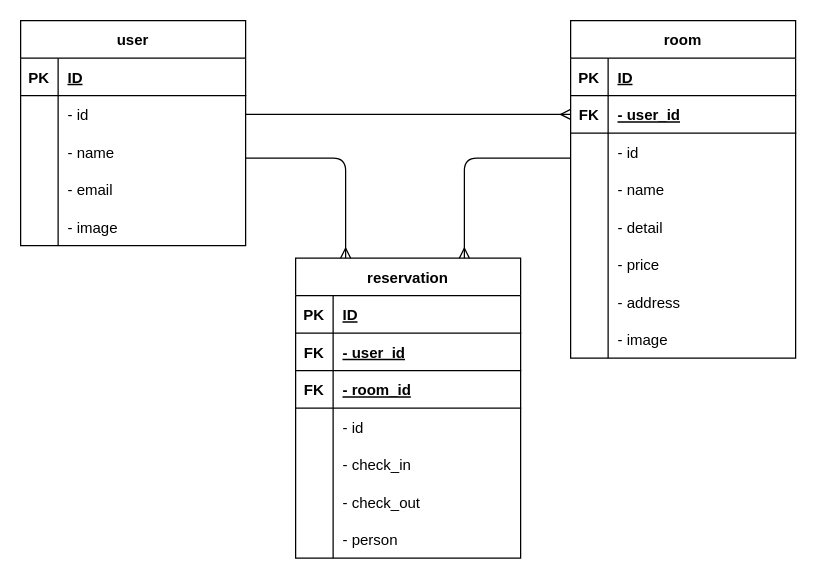
ceccem/reservation_app keeps this draw.io diagram as reservation_app.dio. Above is the earlier version. Source tidied: cells renumbered, new cells numbered last; positions are measured from the earlier drawing's top-left corner, leaving out a move shared by most shapes. Both pictures are drawn from the tidied source at 125%, with x=0, y=0 at pixel (20, 20).
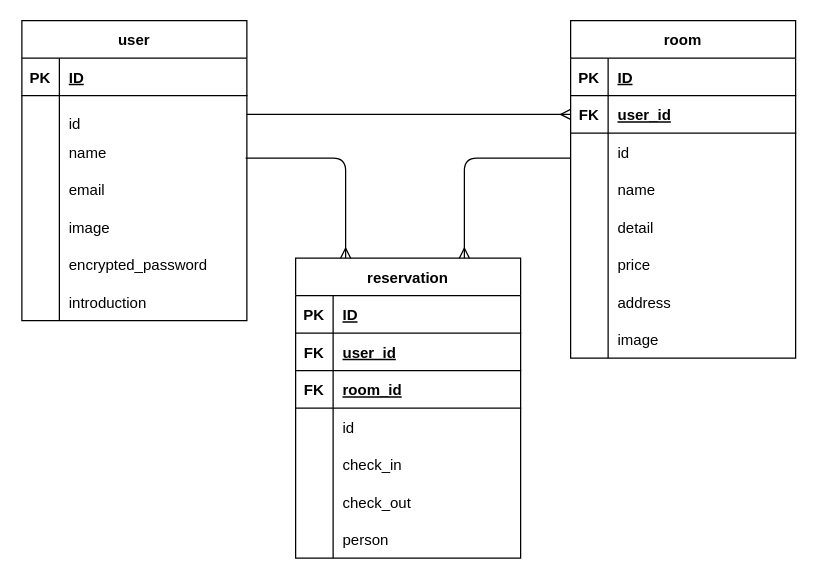
Above is the later version.

The change refers to these unchanged cells:
```xml
<mxCell id="7" style="shape=tableRow;horizontal=0;startSize=0;swimlaneHead=0;swimlaneBody=0;fillColor=none;points=[[0,0.5],[1,0.5]];portConstraint=eastwest;top=0;left=0;right=0;bottom=0;" parent="3" vertex="1">
  <mxGeometry y="60" width="180" height="30" as="geometry" />
</mxCell>
<mxCell id="10" style="shape=tableRow;horizontal=0;startSize=0;swimlaneHead=0;swimlaneBody=0;fillColor=none;top=0;left=0;right=0;bottom=0;" parent="3" vertex="1">
  <mxGeometry y="90" width="180" height="30" as="geometry" />
</mxCell>
<mxCell id="13" style="shape=tableRow;horizontal=0;startSize=0;swimlaneHead=0;swimlaneBody=0;fillColor=none;top=0;left=0;right=0;bottom=0;" parent="3" vertex="1">
  <mxGeometry y="120" width="180" height="30" as="geometry" />
</mxCell>
<mxCell id="16" style="shape=tableRow;horizontal=0;startSize=0;swimlaneHead=0;swimlaneBody=0;fillColor=none;top=0;left=0;right=0;bottom=0;" parent="3" vertex="1">
  <mxGeometry y="150" width="180" height="30" as="geometry" />
</mxCell>
<mxCell id="23" style="shape=tableRow;horizontal=0;startSize=0;swimlaneHead=0;swimlaneBody=0;fillColor=none;top=0;left=0;right=0;bottom=1;" parent="19" vertex="1">
  <mxGeometry y="60" width="180" height="30" as="geometry" />
</mxCell>
<mxCell id="26" style="shape=tableRow;horizontal=0;startSize=0;swimlaneHead=0;swimlaneBody=0;fillColor=none;top=0;left=0;right=0;bottom=1;" parent="19" vertex="1">
  <mxGeometry y="90" width="180" height="30" as="geometry" />
</mxCell>
<mxCell id="29" style="shape=tableRow;horizontal=0;startSize=0;swimlaneHead=0;swimlaneBody=0;fillColor=none;top=0;left=0;right=0;bottom=0;" parent="19" vertex="1">
  <mxGeometry y="120" width="180" height="30" as="geometry" />
</mxCell>
<mxCell id="32" style="shape=tableRow;horizontal=0;startSize=0;swimlaneHead=0;swimlaneBody=0;fillColor=none;top=0;left=0;right=0;bottom=0;" parent="19" vertex="1">
  <mxGeometry y="150" width="180" height="30" as="geometry" />
</mxCell>
<mxCell id="35" style="shape=tableRow;horizontal=0;startSize=0;swimlaneHead=0;swimlaneBody=0;fillColor=none;top=0;left=0;right=0;bottom=0;" parent="19" vertex="1">
  <mxGeometry y="180" width="180" height="30" as="geometry" />
</mxCell>
<mxCell id="38" style="shape=tableRow;horizontal=0;startSize=0;swimlaneHead=0;swimlaneBody=0;fillColor=none;top=0;left=0;right=0;bottom=0;" parent="19" vertex="1">
  <mxGeometry y="210" width="180" height="30" as="geometry" />
</mxCell>
<mxCell id="45" style="shape=tableRow;horizontal=0;startSize=0;swimlaneHead=0;swimlaneBody=0;fillColor=none;points=[[0,0.5],[1,0.5]];portConstraint=eastwest;top=0;left=0;right=0;bottom=1;" parent="41" vertex="1">
  <mxGeometry y="60" width="180" height="30" as="geometry" />
</mxCell>
<mxCell id="48" style="shape=tableRow;horizontal=0;startSize=0;swimlaneHead=0;swimlaneBody=0;fillColor=none;top=0;left=0;right=0;bottom=0;" parent="41" vertex="1">
  <mxGeometry y="90" width="180" height="30" as="geometry" />
</mxCell>
<mxCell id="51" style="shape=tableRow;horizontal=0;startSize=0;swimlaneHead=0;swimlaneBody=0;fillColor=none;top=0;left=0;right=0;bottom=0;" parent="41" vertex="1">
  <mxGeometry y="120" width="180" height="30" as="geometry" />
</mxCell>
<mxCell id="54" style="shape=tableRow;horizontal=0;startSize=0;swimlaneHead=0;swimlaneBody=0;fillColor=none;top=0;left=0;right=0;bottom=0;" parent="41" vertex="1">
  <mxGeometry y="150" width="180" height="30" as="geometry" />
</mxCell>
<mxCell id="57" style="shape=tableRow;horizontal=0;startSize=0;swimlaneHead=0;swimlaneBody=0;fillColor=none;top=0;left=0;right=0;bottom=0;" parent="41" vertex="1">
  <mxGeometry y="180" width="180" height="30" as="geometry" />
</mxCell>
<mxCell id="60" style="shape=tableRow;horizontal=0;startSize=0;swimlaneHead=0;swimlaneBody=0;fillColor=none;top=0;left=0;right=0;bottom=0;" parent="41" vertex="1">
  <mxGeometry y="210" width="180" height="30" as="geometry" />
</mxCell>
<mxCell id="63" style="shape=tableRow;horizontal=0;startSize=0;swimlaneHead=0;swimlaneBody=0;fillColor=none;top=0;left=0;right=0;bottom=0;" parent="41" vertex="1">
  <mxGeometry y="240" width="180" height="30" as="geometry" />
</mxCell>
```

Diff of the diagram source:
```diff
@@
     <mxCell id="3" value="user" style="shape=table;startSize=30;childLayout=tableLayout;rowLines=0;fontStyle=1;align=center;" parent="1" vertex="1">
-      <mxGeometry width="180" height="180" as="geometry" />
+      <mxGeometry x="1" width="180" height="240" as="geometry" />
     </mxCell>
@@
-    <mxCell id="9" value="- id" style="shape=partialRectangle;fillColor=none;top=0;left=0;bottom=0;right=0;align=left;spacingLeft=6;overflow=hidden;" parent="7" vertex="1">
+    <mxCell id="9" value="&#10;id" style="shape=partialRectangle;fillColor=none;top=0;left=0;bottom=0;right=0;align=left;spacingLeft=6;overflow=hidden;" parent="7" vertex="1">
       <mxGeometry x="30" width="150" height="30" as="geometry" />
     </mxCell>
@@
-    <mxCell id="12" value="- name" style="shape=partialRectangle;fillColor=none;top=0;left=0;bottom=0;right=0;align=left;spacingLeft=6;overflow=hidden;" parent="10" vertex="1">
+    <mxCell id="12" value="name" style="shape=partialRectangle;fillColor=none;top=0;left=0;bottom=0;right=0;align=left;spacingLeft=6;overflow=hidden;" parent="10" vertex="1">
       <mxGeometry x="30" width="150" height="30" as="geometry" />
     </mxCell>
@@
-    <mxCell id="15" value="- email" style="shape=partialRectangle;fillColor=none;top=0;left=0;bottom=0;right=0;align=left;spacingLeft=6;overflow=hidden;" parent="13" vertex="1">
+    <mxCell id="15" value="email" style="shape=partialRectangle;fillColor=none;top=0;left=0;bottom=0;right=0;align=left;spacingLeft=6;overflow=hidden;" parent="13" vertex="1">
       <mxGeometry x="30" width="150" height="30" as="geometry" />
     </mxCell>
@@
-    <mxCell id="18" value="- image" style="shape=partialRectangle;fillColor=none;top=0;left=0;bottom=0;right=0;align=left;spacingLeft=6;overflow=hidden;" parent="16" vertex="1">
+    <mxCell id="18" value="image" style="shape=partialRectangle;fillColor=none;top=0;left=0;bottom=0;right=0;align=left;spacingLeft=6;overflow=hidden;" parent="16" vertex="1">
       <mxGeometry x="30" width="150" height="30" as="geometry" />
     </mxCell>
+    <mxCell id="68" style="shape=tableRow;horizontal=0;startSize=0;swimlaneHead=0;swimlaneBody=0;fillColor=none;top=0;left=0;right=0;bottom=0;" parent="3" vertex="1">
+      <mxGeometry y="180" width="180" height="30" as="geometry" />
+    </mxCell>
+    <mxCell id="69" style="shape=partialRectangle;fillColor=none;top=0;left=0;bottom=0;right=0;overflow=hidden;" parent="68" vertex="1">
+      <mxGeometry width="30" height="30" as="geometry" />
+    </mxCell>
+    <mxCell id="70" value="encrypted_password" style="shape=partialRectangle;fillColor=none;top=0;left=0;bottom=0;right=0;align=left;spacingLeft=6;overflow=hidden;" parent="68" vertex="1">
+      <mxGeometry x="30" width="150" height="30" as="geometry" />
+    </mxCell>
+    <mxCell id="71" style="shape=tableRow;horizontal=0;startSize=0;swimlaneHead=0;swimlaneBody=0;fillColor=none;top=0;left=0;right=0;bottom=0;" parent="3" vertex="1">
+      <mxGeometry y="210" width="180" height="30" as="geometry" />
+    </mxCell>
+    <mxCell id="72" style="shape=partialRectangle;fillColor=none;top=0;left=0;bottom=0;right=0;overflow=hidden;" parent="71" vertex="1">
+      <mxGeometry width="30" height="30" as="geometry" />
+    </mxCell>
+    <mxCell id="73" value="introduction" style="shape=partialRectangle;fillColor=none;top=0;left=0;bottom=0;right=0;align=left;spacingLeft=6;overflow=hidden;" parent="71" vertex="1">
+      <mxGeometry x="30" width="150" height="30" as="geometry" />
+    </mxCell>
@@
-    <mxCell id="25" value="- user_id" style="shape=partialRectangle;fillColor=none;top=0;left=0;bottom=0;right=0;align=left;spacingLeft=6;fontStyle=5;overflow=hidden;" parent="23" vertex="1">
+    <mxCell id="25" value="user_id" style="shape=partialRectangle;fillColor=none;top=0;left=0;bottom=0;right=0;align=left;spacingLeft=6;fontStyle=5;overflow=hidden;" parent="23" vertex="1">
       <mxGeometry x="30" width="150" height="30" as="geometry" />
     </mxCell>
@@
-    <mxCell id="28" value="- room_id" style="shape=partialRectangle;fillColor=none;top=0;left=0;bottom=0;right=0;align=left;spacingLeft=6;fontStyle=5;overflow=hidden;" parent="26" vertex="1">
+    <mxCell id="28" value="room_id" style="shape=partialRectangle;fillColor=none;top=0;left=0;bottom=0;right=0;align=left;spacingLeft=6;fontStyle=5;overflow=hidden;" parent="26" vertex="1">
       <mxGeometry x="30" width="150" height="30" as="geometry" />
     </mxCell>
@@
-    <mxCell id="31" value="- id" style="shape=partialRectangle;fillColor=none;top=0;left=0;bottom=0;right=0;align=left;spacingLeft=6;overflow=hidden;" parent="29" vertex="1">
+    <mxCell id="31" value="id" style="shape=partialRectangle;fillColor=none;top=0;left=0;bottom=0;right=0;align=left;spacingLeft=6;overflow=hidden;" parent="29" vertex="1">
       <mxGeometry x="30" width="150" height="30" as="geometry" />
     </mxCell>
@@
-    <mxCell id="34" value="- check_in" style="shape=partialRectangle;fillColor=none;top=0;left=0;bottom=0;right=0;align=left;spacingLeft=6;overflow=hidden;" parent="32" vertex="1">
+    <mxCell id="34" value="check_in" style="shape=partialRectangle;fillColor=none;top=0;left=0;bottom=0;right=0;align=left;spacingLeft=6;overflow=hidden;" parent="32" vertex="1">
       <mxGeometry x="30" width="150" height="30" as="geometry" />
     </mxCell>
@@
-    <mxCell id="37" value="- check_out" style="shape=partialRectangle;fillColor=none;top=0;left=0;bottom=0;right=0;align=left;spacingLeft=6;overflow=hidden;" parent="35" vertex="1">
+    <mxCell id="37" value="check_out" style="shape=partialRectangle;fillColor=none;top=0;left=0;bottom=0;right=0;align=left;spacingLeft=6;overflow=hidden;" parent="35" vertex="1">
       <mxGeometry x="30" width="150" height="30" as="geometry" />
     </mxCell>
@@
-    <mxCell id="40" value="- person" style="shape=partialRectangle;fillColor=none;top=0;left=0;bottom=0;right=0;align=left;spacingLeft=6;overflow=hidden;" parent="38" vertex="1">
+    <mxCell id="40" value="person" style="shape=partialRectangle;fillColor=none;top=0;left=0;bottom=0;right=0;align=left;spacingLeft=6;overflow=hidden;" parent="38" vertex="1">
       <mxGeometry x="30" width="150" height="30" as="geometry" />
     </mxCell>
@@
-    <mxCell id="47" value="- user_id" style="shape=partialRectangle;fillColor=none;top=0;left=0;bottom=0;right=0;align=left;spacingLeft=6;fontStyle=5;overflow=hidden;" parent="45" vertex="1">
+    <mxCell id="47" value="user_id" style="shape=partialRectangle;fillColor=none;top=0;left=0;bottom=0;right=0;align=left;spacingLeft=6;fontStyle=5;overflow=hidden;" parent="45" vertex="1">
       <mxGeometry x="30" width="150" height="30" as="geometry" />
     </mxCell>
@@
-    <mxCell id="50" value="- id" style="shape=partialRectangle;fillColor=none;top=0;left=0;bottom=0;right=0;align=left;spacingLeft=6;overflow=hidden;" parent="48" vertex="1">
+    <mxCell id="50" value="id" style="shape=partialRectangle;fillColor=none;top=0;left=0;bottom=0;right=0;align=left;spacingLeft=6;overflow=hidden;" parent="48" vertex="1">
       <mxGeometry x="30" width="150" height="30" as="geometry" />
     </mxCell>
@@
-    <mxCell id="53" value="- name" style="shape=partialRectangle;fillColor=none;top=0;left=0;bottom=0;right=0;align=left;spacingLeft=6;overflow=hidden;" parent="51" vertex="1">
+    <mxCell id="53" value="name" style="shape=partialRectangle;fillColor=none;top=0;left=0;bottom=0;right=0;align=left;spacingLeft=6;overflow=hidden;" parent="51" vertex="1">
       <mxGeometry x="30" width="150" height="30" as="geometry" />
     </mxCell>
@@
-    <mxCell id="56" value="- detail" style="shape=partialRectangle;fillColor=none;top=0;left=0;bottom=0;right=0;align=left;spacingLeft=6;overflow=hidden;" parent="54" vertex="1">
+    <mxCell id="56" value="detail" style="shape=partialRectangle;fillColor=none;top=0;left=0;bottom=0;right=0;align=left;spacingLeft=6;overflow=hidden;" parent="54" vertex="1">
       <mxGeometry x="30" width="150" height="30" as="geometry" />
     </mxCell>
@@
-    <mxCell id="59" value="- price" style="shape=partialRectangle;fillColor=none;top=0;left=0;bottom=0;right=0;align=left;spacingLeft=6;overflow=hidden;" parent="57" vertex="1">
+    <mxCell id="59" value="price" style="shape=partialRectangle;fillColor=none;top=0;left=0;bottom=0;right=0;align=left;spacingLeft=6;overflow=hidden;" parent="57" vertex="1">
       <mxGeometry x="30" width="150" height="30" as="geometry" />
     </mxCell>
@@
-    <mxCell id="62" value="- address" style="shape=partialRectangle;fillColor=none;top=0;left=0;bottom=0;right=0;align=left;spacingLeft=6;overflow=hidden;" parent="60" vertex="1">
+    <mxCell id="62" value="address" style="shape=partialRectangle;fillColor=none;top=0;left=0;bottom=0;right=0;align=left;spacingLeft=6;overflow=hidden;" parent="60" vertex="1">
       <mxGeometry x="30" width="150" height="30" as="geometry" />
     </mxCell>
@@
-    <mxCell id="65" value="- image" style="shape=partialRectangle;fillColor=none;top=0;left=0;bottom=0;right=0;align=left;spacingLeft=6;overflow=hidden;" parent="63" vertex="1">
+    <mxCell id="65" value="image" style="shape=partialRectangle;fillColor=none;top=0;left=0;bottom=0;right=0;align=left;spacingLeft=6;overflow=hidden;" parent="63" vertex="1">
       <mxGeometry x="30" width="150" height="30" as="geometry" />
     </mxCell>
```
